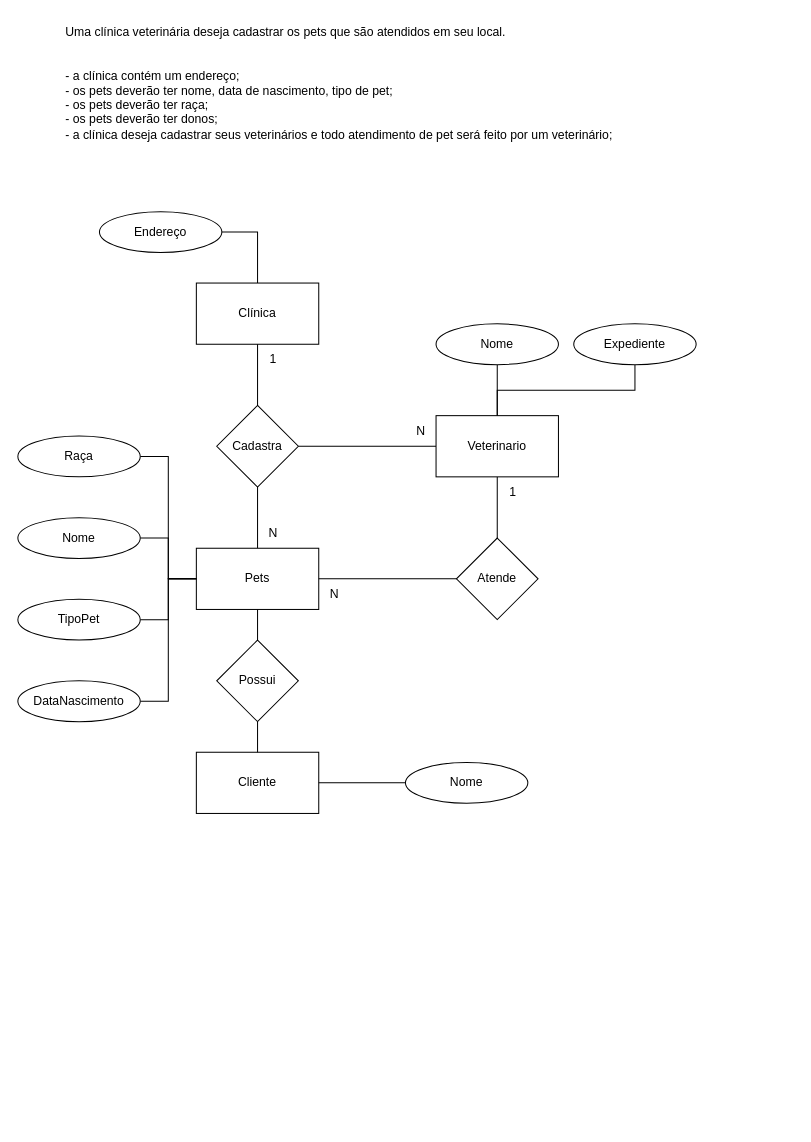
Earlier version of the draw.io diagram Exercícios/Exercício 1.3/1.3 Exercício.drawio (PedroFelix40/Exercicio-Senai-2S). Source tidied: cells renumbered, new cells numbered last; positions are measured from the earlier drawing's top-left corner, leaving out a move shared by most shapes. Both pictures are drawn from the tidied source at 102%, with x=0, y=0 at pixel (17, 17).
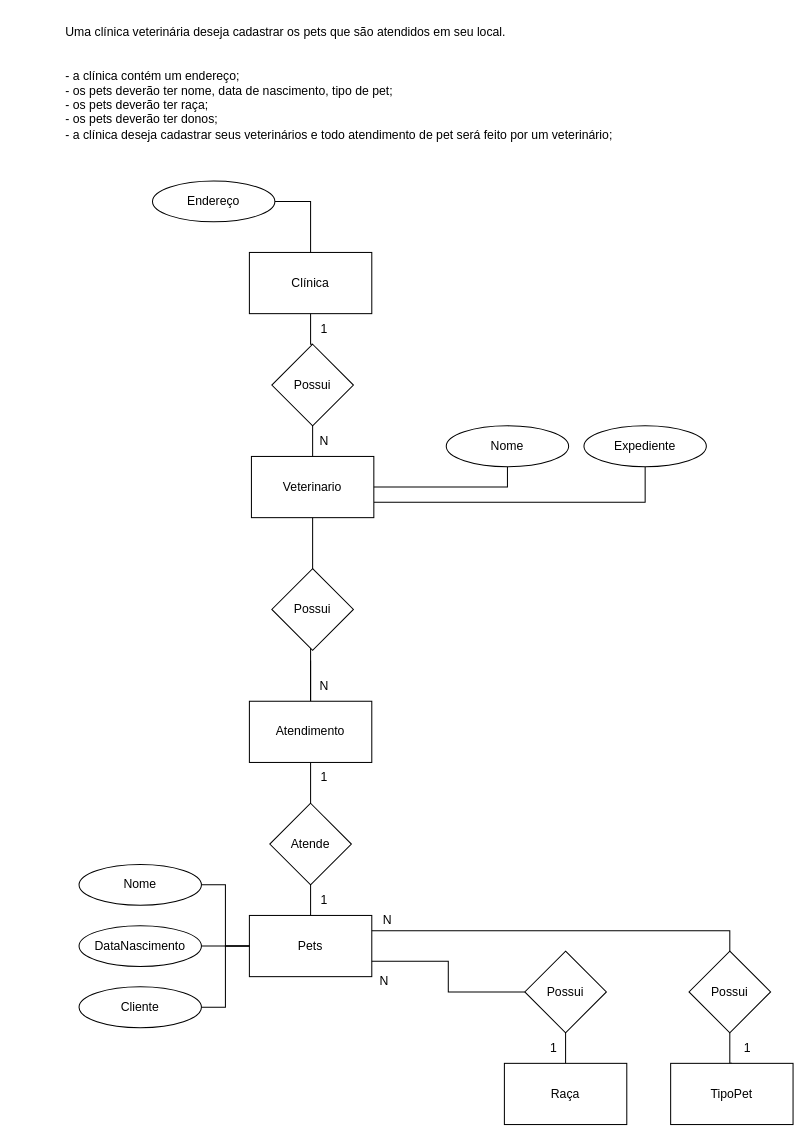
After the change.

The edit, as a diff of the source:
```diff
@@
     <mxCell id="3" value="Clínica" style="rounded=0;whiteSpace=wrap;html=1;" parent="1" vertex="1">
-      <mxGeometry x="175" y="260" width="120" height="60" as="geometry" />
+      <mxGeometry x="227" y="230" width="120" height="60" as="geometry" />
     </mxCell>
@@
     <mxCell id="5" value="Endereço" style="ellipse;whiteSpace=wrap;html=1;" parent="1" vertex="1">
-      <mxGeometry x="80" y="190" width="120" height="40" as="geometry" />
+      <mxGeometry x="132" y="160" width="120" height="40" as="geometry" />
     </mxCell>
-    <mxCell id="6" style="edgeStyle=orthogonalEdgeStyle;rounded=0;jettySize=auto;html=1;exitX=0.5;exitY=1;exitDx=0;exitDy=0;entryX=0.5;entryY=0;entryDx=0;entryDy=0;endArrow=none;endFill=0;" parent="1" edge="1" source="7" target="29">
+    <mxCell id="6" style="edgeStyle=orthogonalEdgeStyle;rounded=0;jettySize=auto;html=1;exitX=0.5;exitY=1;exitDx=0;exitDy=0;entryX=1;entryY=0.75;entryDx=0;entryDy=0;endArrow=none;endFill=0;" parent="1" edge="1" source="7" target="29">
       <mxGeometry relative="1" as="geometry" />
     </mxCell>
     <mxCell id="7" value="Expediente" style="ellipse;whiteSpace=wrap;html=1;" parent="1" vertex="1">
-      <mxGeometry x="545" y="300" width="120" height="40" as="geometry" />
+      <mxGeometry x="555" y="400" width="120" height="40" as="geometry" />
     </mxCell>
-    <mxCell id="8" style="edgeStyle=orthogonalEdgeStyle;rounded=0;jettySize=auto;html=1;exitX=0.5;exitY=0;exitDx=0;exitDy=0;entryX=0.5;entryY=1;entryDx=0;entryDy=0;endArrow=none;endFill=0;" parent="1" edge="1" source="9" target="3">
-      <mxGeometry relative="1" as="geometry" />
-    </mxCell>
+    <mxCell id="36" style="edgeStyle=orthogonalEdgeStyle;rounded=0;jettySize=auto;html=1;endArrow=none;endFill=0;" parent="1" edge="1" source="9" target="33">
+      <mxGeometry relative="1" as="geometry" />
+    </mxCell>
     <mxCell id="9" value="Pets" style="rounded=0;whiteSpace=wrap;html=1;" parent="1" vertex="1">
-      <mxGeometry x="175" y="520" width="120" height="60" as="geometry" />
+      <mxGeometry x="227" y="880" width="120" height="60" as="geometry" />
     </mxCell>
-    <mxCell id="10" style="edgeStyle=orthogonalEdgeStyle;rounded=0;jettySize=auto;html=1;entryX=0;entryY=0.5;entryDx=0;entryDy=0;endArrow=none;endFill=0;" parent="1" edge="1" source="11" target="29">
-      <mxGeometry relative="1" as="geometry" />
-    </mxCell>
-    <mxCell id="11" value="Cadastra" style="rhombus;whiteSpace=wrap;html=1;" parent="1" vertex="1">
-      <mxGeometry x="195" y="380" width="80" height="80" as="geometry" />
-    </mxCell>
-    <mxCell id="12" value="1" style="text;html=1;align=center;verticalAlign=middle;strokeColor=none;fillColor=none;" parent="1" vertex="1">
-      <mxGeometry x="235" y="320" width="30" height="30" as="geometry" />
-    </mxCell>
-    <mxCell id="13" value="N" style="text;html=1;align=center;verticalAlign=middle;strokeColor=none;fillColor=none;" parent="1" vertex="1">
-      <mxGeometry x="235" y="490" width="30" height="30" as="geometry" />
-    </mxCell>
@@
     <mxCell id="15" value="Nome" style="ellipse;whiteSpace=wrap;html=1;" parent="1" vertex="1">
-      <mxGeometry y="490" width="120" height="40" as="geometry" />
+      <mxGeometry x="60" y="830" width="120" height="40" as="geometry" />
     </mxCell>
-    <mxCell id="16" style="edgeStyle=orthogonalEdgeStyle;rounded=0;jettySize=auto;html=1;exitX=1;exitY=0.5;exitDx=0;exitDy=0;entryX=0;entryY=0.5;entryDx=0;entryDy=0;endArrow=none;endFill=0;" parent="1" edge="1" source="17" target="9">
-      <mxGeometry relative="1" as="geometry" />
-    </mxCell>
-    <mxCell id="17" value="Raça" style="ellipse;whiteSpace=wrap;html=1;" parent="1" vertex="1">
-      <mxGeometry y="410" width="120" height="40" as="geometry" />
-    </mxCell>
-    <mxCell id="18" style="edgeStyle=orthogonalEdgeStyle;rounded=0;jettySize=auto;html=1;exitX=1;exitY=0.5;exitDx=0;exitDy=0;entryX=0;entryY=0.5;entryDx=0;entryDy=0;endArrow=none;endFill=0;" parent="1" edge="1" source="19" target="9">
-      <mxGeometry relative="1" as="geometry" />
-    </mxCell>
-    <mxCell id="19" value="TipoPet" style="ellipse;whiteSpace=wrap;html=1;" parent="1" vertex="1">
-      <mxGeometry y="570" width="120" height="40" as="geometry" />
-    </mxCell>
@@
     <mxCell id="21" value="DataNascimento" style="ellipse;whiteSpace=wrap;html=1;" parent="1" vertex="1">
-      <mxGeometry y="650" width="120" height="40" as="geometry" />
+      <mxGeometry x="60" y="890" width="120" height="40" as="geometry" />
     </mxCell>
-    <mxCell id="22" style="edgeStyle=orthogonalEdgeStyle;rounded=0;jettySize=auto;html=1;exitX=0.5;exitY=0;exitDx=0;exitDy=0;entryX=0.5;entryY=1;entryDx=0;entryDy=0;endArrow=none;endFill=0;" parent="1" edge="1" source="27" target="9">
-      <mxGeometry relative="1" as="geometry" />
-    </mxCell>
-    <mxCell id="23" value="Cliente" style="rounded=0;whiteSpace=wrap;html=1;" parent="1" vertex="1">
-      <mxGeometry x="175" y="720" width="120" height="60" as="geometry" />
-    </mxCell>
-    <mxCell id="24" style="edgeStyle=orthogonalEdgeStyle;rounded=0;jettySize=auto;html=1;endArrow=none;endFill=0;" parent="1" edge="1" source="25" target="23">
-      <mxGeometry relative="1" as="geometry" />
-    </mxCell>
+    <mxCell id="37" style="edgeStyle=orthogonalEdgeStyle;rounded=0;jettySize=auto;html=1;exitX=1;exitY=0.5;exitDx=0;exitDy=0;entryX=0;entryY=0.5;entryDx=0;entryDy=0;endArrow=none;endFill=0;" parent="1" edge="1" source="25" target="9">
+      <mxGeometry relative="1" as="geometry" />
+    </mxCell>
-    <mxCell id="25" value="Nome" style="ellipse;whiteSpace=wrap;html=1;" parent="1" vertex="1">
-      <mxGeometry x="380" y="730" width="120" height="40" as="geometry" />
+    <mxCell id="25" value="Cliente" style="ellipse;whiteSpace=wrap;html=1;" parent="1" vertex="1">
+      <mxGeometry x="60" y="950" width="120" height="40" as="geometry" />
     </mxCell>
-    <mxCell id="26" style="edgeStyle=orthogonalEdgeStyle;rounded=0;jettySize=auto;html=1;exitX=0.5;exitY=0;exitDx=0;exitDy=0;entryX=0.5;entryY=1;entryDx=0;entryDy=0;endArrow=none;endFill=0;" parent="1" edge="1" source="23" target="27">
-      <mxGeometry relative="1" as="geometry" />
-    </mxCell>
-    <mxCell id="27" value="Possui" style="rhombus;whiteSpace=wrap;html=1;" parent="1" vertex="1">
-      <mxGeometry x="195" y="610" width="80" height="80" as="geometry" />
-    </mxCell>
-    <mxCell id="28" style="edgeStyle=orthogonalEdgeStyle;rounded=0;jettySize=auto;html=1;exitX=0.5;exitY=1;exitDx=0;exitDy=0;entryX=1;entryY=0.5;entryDx=0;entryDy=0;endArrow=none;endFill=0;" parent="1" edge="1" source="29" target="9">
-      <mxGeometry relative="1" as="geometry" />
-    </mxCell>
+    <mxCell id="38" style="edgeStyle=orthogonalEdgeStyle;rounded=0;jettySize=auto;html=1;exitX=0.5;exitY=0;exitDx=0;exitDy=0;entryX=0.5;entryY=1;entryDx=0;entryDy=0;endArrow=none;endFill=0;" parent="1" edge="1" source="29" target="50">
+      <mxGeometry relative="1" as="geometry" />
+    </mxCell>
     <mxCell id="29" value="Veterinario" style="rounded=0;whiteSpace=wrap;html=1;" parent="1" vertex="1">
-      <mxGeometry x="410" y="390" width="120" height="60" as="geometry" />
+      <mxGeometry x="229" y="430" width="120" height="60" as="geometry" />
     </mxCell>
-    <mxCell id="30" style="edgeStyle=orthogonalEdgeStyle;rounded=0;jettySize=auto;html=1;exitX=0.5;exitY=1;exitDx=0;exitDy=0;entryX=0.5;entryY=0;entryDx=0;entryDy=0;endArrow=none;endFill=0;" parent="1" edge="1" source="31" target="29">
+    <mxCell id="30" style="edgeStyle=orthogonalEdgeStyle;rounded=0;jettySize=auto;html=1;exitX=0.5;exitY=1;exitDx=0;exitDy=0;endArrow=none;endFill=0;" parent="1" edge="1" source="31" target="29">
       <mxGeometry relative="1" as="geometry" />
     </mxCell>
     <mxCell id="31" value="Nome" style="ellipse;whiteSpace=wrap;html=1;" parent="1" vertex="1">
-      <mxGeometry x="410" y="300" width="120" height="40" as="geometry" />
+      <mxGeometry x="420" y="400" width="120" height="40" as="geometry" />
     </mxCell>
-    <mxCell id="32" value="N" style="text;html=1;align=center;verticalAlign=middle;strokeColor=none;fillColor=none;" parent="1" vertex="1">
-      <mxGeometry x="380" y="390" width="30" height="30" as="geometry" />
-    </mxCell>
+    <mxCell id="39" style="edgeStyle=orthogonalEdgeStyle;rounded=0;jettySize=auto;html=1;endArrow=none;endFill=0;" parent="1" edge="1" source="33" target="48">
+      <mxGeometry relative="1" as="geometry" />
+    </mxCell>
     <mxCell id="33" value="Atende" style="rhombus;whiteSpace=wrap;html=1;" parent="1" vertex="1">
-      <mxGeometry x="430" y="510" width="80" height="80" as="geometry" />
+      <mxGeometry x="247" y="770" width="80" height="80" as="geometry" />
     </mxCell>
-    <mxCell id="34" value="1" style="text;html=1;align=center;verticalAlign=middle;strokeColor=none;fillColor=none;" parent="1" vertex="1">
-      <mxGeometry x="470" y="450" width="30" height="30" as="geometry" />
-    </mxCell>
-    <mxCell id="35" value="N" style="text;html=1;align=center;verticalAlign=middle;strokeColor=none;fillColor=none;" parent="1" vertex="1">
-      <mxGeometry x="295" y="550" width="30" height="30" as="geometry" />
-    </mxCell>
+    <mxCell id="40" style="edgeStyle=orthogonalEdgeStyle;rounded=0;jettySize=auto;html=1;exitX=0.5;exitY=0;exitDx=0;exitDy=0;entryX=0.5;entryY=1;entryDx=0;entryDy=0;endArrow=none;endFill=0;" parent="1" edge="1" source="19" target="45">
+      <mxGeometry relative="1" as="geometry" />
+    </mxCell>
+    <mxCell id="19" value="TipoPet" style="rounded=0;whiteSpace=wrap;html=1;" parent="1" vertex="1">
+      <mxGeometry x="640" y="1025" width="120" height="60" as="geometry" />
+    </mxCell>
+    <mxCell id="41" style="edgeStyle=orthogonalEdgeStyle;rounded=0;jettySize=auto;html=1;exitX=0.5;exitY=0;exitDx=0;exitDy=0;entryX=0.5;entryY=1;entryDx=0;entryDy=0;endArrow=none;endFill=0;" parent="1" edge="1" source="17" target="43">
+      <mxGeometry relative="1" as="geometry" />
+    </mxCell>
+    <mxCell id="17" value="Raça" style="rounded=0;whiteSpace=wrap;html=1;" parent="1" vertex="1">
+      <mxGeometry x="477" y="1025" width="120" height="60" as="geometry" />
+    </mxCell>
+    <mxCell id="42" style="edgeStyle=orthogonalEdgeStyle;rounded=0;jettySize=auto;html=1;entryX=1;entryY=0.75;entryDx=0;entryDy=0;endArrow=none;endFill=0;" parent="1" edge="1" source="43" target="9">
+      <mxGeometry relative="1" as="geometry" />
+    </mxCell>
+    <mxCell id="43" value="Possui" style="rhombus;whiteSpace=wrap;html=1;" parent="1" vertex="1">
+      <mxGeometry x="497" y="915" width="80" height="80" as="geometry" />
+    </mxCell>
+    <mxCell id="44" style="edgeStyle=orthogonalEdgeStyle;rounded=0;jettySize=auto;html=1;exitX=0.5;exitY=0;exitDx=0;exitDy=0;entryX=1;entryY=0.25;entryDx=0;entryDy=0;endArrow=none;endFill=0;" parent="1" edge="1" source="45" target="9">
+      <mxGeometry relative="1" as="geometry" />
+    </mxCell>
+    <mxCell id="45" value="Possui" style="rhombus;whiteSpace=wrap;html=1;" parent="1" vertex="1">
+      <mxGeometry x="658" y="915" width="80" height="80" as="geometry" />
+    </mxCell>
+    <mxCell id="46" style="edgeStyle=orthogonalEdgeStyle;rounded=0;jettySize=auto;html=1;endArrow=none;endFill=0;" parent="1" edge="1" source="48">
+      <mxGeometry relative="1" as="geometry">
+        <mxPoint x="287" y="630" as="targetPoint" />
+      </mxGeometry>
+    </mxCell>
+    <mxCell id="47" style="edgeStyle=orthogonalEdgeStyle;rounded=0;jettySize=auto;html=1;entryX=0.5;entryY=1;entryDx=0;entryDy=0;endArrow=none;endFill=0;" parent="1" edge="1" source="48" target="29">
+      <mxGeometry relative="1" as="geometry" />
+    </mxCell>
+    <mxCell id="48" value="Atendimento" style="rounded=0;whiteSpace=wrap;html=1;" parent="1" vertex="1">
+      <mxGeometry x="227" y="670" width="120" height="60" as="geometry" />
+    </mxCell>
+    <mxCell id="49" style="edgeStyle=orthogonalEdgeStyle;rounded=0;jettySize=auto;html=1;exitX=0.5;exitY=0;exitDx=0;exitDy=0;entryX=0.5;entryY=1;entryDx=0;entryDy=0;endArrow=none;endFill=0;" parent="1" edge="1" source="50" target="3">
+      <mxGeometry relative="1" as="geometry" />
+    </mxCell>
+    <mxCell id="50" value="Possui" style="rhombus;whiteSpace=wrap;html=1;" parent="1" vertex="1">
+      <mxGeometry x="249" y="320" width="80" height="80" as="geometry" />
+    </mxCell>
+    <mxCell id="51" value="Possui" style="rhombus;whiteSpace=wrap;html=1;" parent="1" vertex="1">
+      <mxGeometry x="249" y="540" width="80" height="80" as="geometry" />
+    </mxCell>
+    <mxCell id="52" value="1" style="text;html=1;align=center;verticalAlign=middle;strokeColor=none;fillColor=none;" parent="1" vertex="1">
+      <mxGeometry x="285" y="290" width="30" height="30" as="geometry" />
+    </mxCell>
+    <mxCell id="53" value="N" style="text;html=1;align=center;verticalAlign=middle;strokeColor=none;fillColor=none;" parent="1" vertex="1">
+      <mxGeometry x="285" y="400" width="30" height="30" as="geometry" />
+    </mxCell>
+    <mxCell id="54" value="1" style="text;html=1;align=center;verticalAlign=middle;strokeColor=none;fillColor=none;" parent="1" vertex="1">
+      <mxGeometry x="285" y="850" width="30" height="30" as="geometry" />
+    </mxCell>
+    <mxCell id="55" value="1" style="text;html=1;align=center;verticalAlign=middle;strokeColor=none;fillColor=none;" parent="1" vertex="1">
+      <mxGeometry x="285" y="730" width="30" height="30" as="geometry" />
+    </mxCell>
+    <mxCell id="56" value="N" style="text;html=1;align=center;verticalAlign=middle;strokeColor=none;fillColor=none;" parent="1" vertex="1">
+      <mxGeometry x="285" y="640" width="30" height="30" as="geometry" />
+    </mxCell>
+    <mxCell id="57" value="1" style="text;html=1;align=center;verticalAlign=middle;strokeColor=none;fillColor=none;" parent="1" vertex="1">
+      <mxGeometry x="510" y="995" width="30" height="30" as="geometry" />
+    </mxCell>
+    <mxCell id="58" value="1" style="text;html=1;align=center;verticalAlign=middle;strokeColor=none;fillColor=none;" parent="1" vertex="1">
+      <mxGeometry x="700" y="995" width="30" height="30" as="geometry" />
+    </mxCell>
+    <mxCell id="59" value="N" style="text;html=1;align=center;verticalAlign=middle;strokeColor=none;fillColor=none;" parent="1" vertex="1">
+      <mxGeometry x="344" y="930" width="30" height="30" as="geometry" />
+    </mxCell>
+    <mxCell id="60" value="N" style="text;html=1;align=center;verticalAlign=middle;strokeColor=none;fillColor=none;" parent="1" vertex="1">
+      <mxGeometry x="347" y="870" width="30" height="30" as="geometry" />
+    </mxCell>
```
